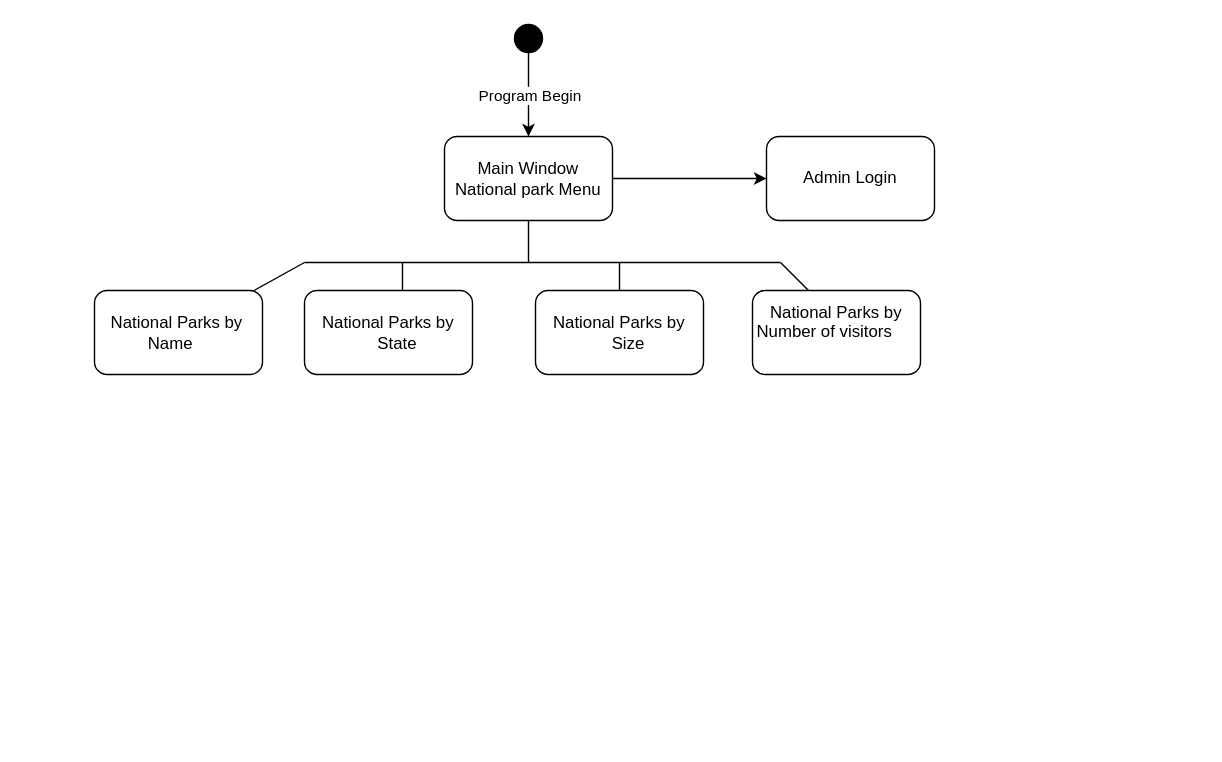
This is project 1.drawio from islamrajei/Test-using-GITHUB, a draw.io file, before an edit. Source tidied: cells renumbered, new cells numbered last; positions are measured from the earlier drawing's top-left corner, leaving out a move shared by most shapes. Both pictures are drawn from the tidied source at 140%, with x=0, y=0 at pixel (94, 24).
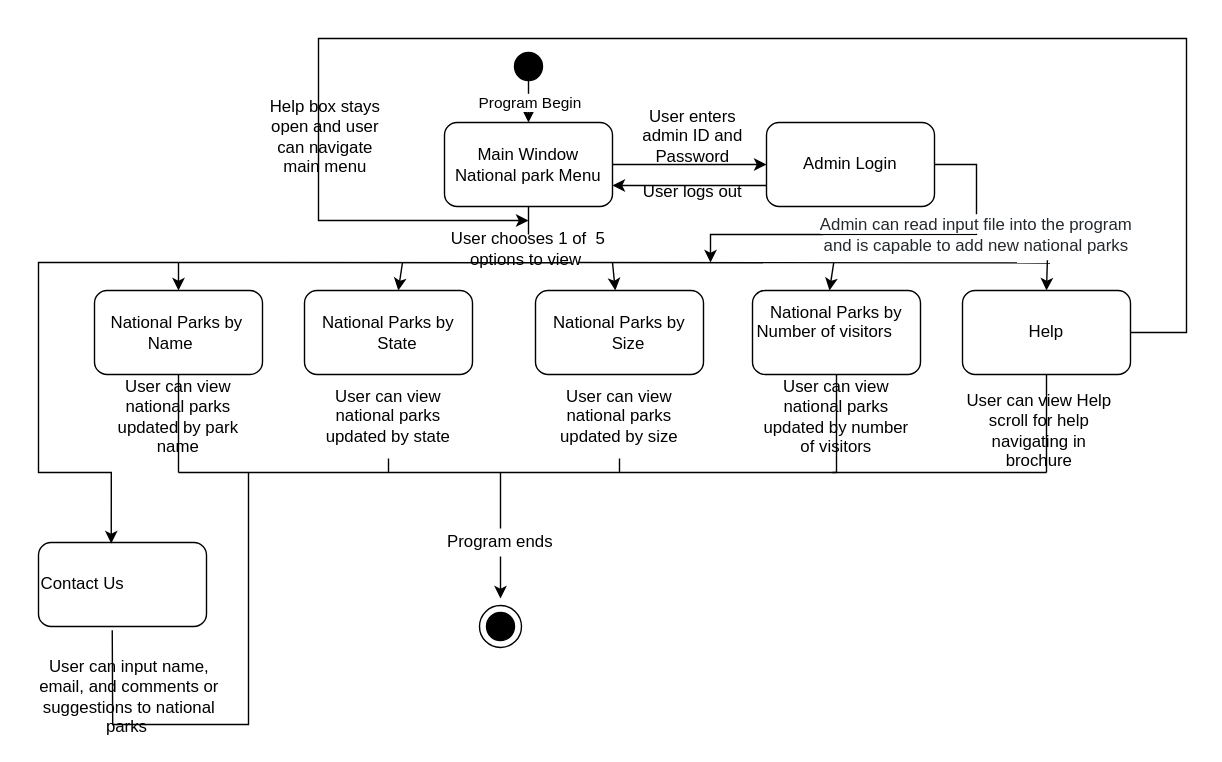
The same diagram, later.

The change refers to these unchanged cells:
```xml
<mxCell id="5" value="&lt;div class=&quot;O0&quot; style=&quot;margin-top: 0pt ; margin-bottom: 0pt ; margin-left: 0.38in ; text-indent: -0.38in&quot;&gt;National Parks by State&amp;nbsp; &amp;nbsp; &amp;nbsp; &amp;nbsp;&lt;/div&gt;" style="rounded=1;whiteSpace=wrap;html=1;fillColor=none;" parent="1" vertex="1">
  <mxGeometry x="150" y="190" width="120" height="60" as="geometry" />
</mxCell>
<mxCell id="6" value="&lt;span style=&quot;text-indent: -36.48px&quot;&gt;National Parks by Number of visitors&amp;nbsp; &amp;nbsp; &amp;nbsp; &amp;nbsp;&lt;/span&gt;" style="rounded=1;whiteSpace=wrap;html=1;fillColor=none;" parent="1" vertex="1">
  <mxGeometry x="470" y="190" width="120" height="60" as="geometry" />
</mxCell>
<mxCell id="14" value="&lt;div class=&quot;O0&quot; style=&quot;margin-top: 0pt ; margin-bottom: 0pt ; margin-left: 0.38in ; text-indent: -0.38in&quot;&gt;&amp;nbsp; &amp;nbsp;National Parks by Name&lt;/div&gt;" style="rounded=1;whiteSpace=wrap;html=1;fillColor=none;align=left;" parent="1" vertex="1">
  <mxGeometry y="190" width="120" height="60" as="geometry" />
</mxCell>
<mxCell id="15" value="&lt;div class=&quot;O0&quot; style=&quot;margin-top: 0pt ; margin-bottom: 0pt ; margin-left: 0.38in ; text-indent: -0.38in&quot;&gt;National Parks by Size&amp;nbsp; &amp;nbsp; &amp;nbsp; &amp;nbsp;&lt;/div&gt;" style="rounded=1;whiteSpace=wrap;html=1;fillColor=none;" parent="1" vertex="1">
  <mxGeometry x="315" y="190" width="120" height="60" as="geometry" />
</mxCell>
```

What changed in the source:
```diff
@@
+    <mxCell id="18" style="endArrow=classic;html=1;exitX=1;exitY=0.5;exitDx=0;exitDy=0;" parent="1" edge="1" source="4">
+      <mxGeometry relative="1" as="geometry">
+        <mxPoint x="480" y="100" as="targetPoint" />
+      </mxGeometry>
+    </mxCell>
+    <mxCell id="19" value="User enters admin ID and Password" style="text;html=1;strokeColor=none;fillColor=none;align=center;verticalAlign=middle;whiteSpace=wrap;rounded=0;" parent="1" vertex="1">
+      <mxGeometry x="385" y="70" width="85" height="20" as="geometry" />
+    </mxCell>
     <mxCell id="2" style="ellipse;whiteSpace=wrap;html=1;fillColor=#000000;" parent="1" vertex="1">
-      <mxGeometry x="300" width="20" height="20" as="geometry" />
+      <mxGeometry x="300" y="20" width="20" height="20" as="geometry" />
     </mxCell>
-    <mxCell id="3" style="edgeStyle=orthogonalEdgeStyle;rounded=0;jettySize=auto;html=1;" parent="1" edge="1" source="4" target="17">
-      <mxGeometry relative="1" as="geometry" />
-    </mxCell>
     <mxCell id="4" value="Main Window&lt;br&gt;&lt;div class=&quot;O0&quot; style=&quot;margin-top: 0pt ; margin-bottom: 0pt ; margin-left: 0.38in ; text-indent: -0.38in&quot;&gt;National park Menu&lt;/div&gt;" style="rounded=1;whiteSpace=wrap;html=1;fillColor=none;" parent="1" vertex="1">
-      <mxGeometry x="250" y="80" width="120" height="60" as="geometry" />
+      <mxGeometry x="250" y="70" width="120" height="60" as="geometry" />
     </mxCell>
@@
-    <mxCell id="9" style="endArrow=none;html=1;entryX=0.5;entryY=1;entryDx=0;entryDy=0;" parent="1" edge="1" target="4">
-      <mxGeometry relative="1" as="geometry">
-        <mxPoint x="310" y="170" as="sourcePoint" />
-      </mxGeometry>
+    <mxCell id="9" style="endArrow=none;html=1;entryX=0.5;entryY=1;entryDx=0;entryDy=0;" parent="1" edge="1" source="46" target="4">
+      <mxGeometry relative="1" as="geometry" />
     </mxCell>
-    <mxCell id="10" style="endArrow=none;html=1;" parent="1" edge="1">
-      <mxGeometry relative="1" as="geometry">
-        <mxPoint x="150" y="170" as="sourcePoint" />
-        <mxPoint x="490" y="170" as="targetPoint" />
-      </mxGeometry>
+    <mxCell id="10" style="endArrow=none;html=1;entryX=0.719;entryY=1.008;entryDx=0;entryDy=0;entryPerimeter=0;exitX=0.75;exitY=1;exitDx=0;exitDy=0;" parent="1" edge="1" source="46" target="39">
+      <mxGeometry relative="1" as="geometry" />
     </mxCell>
-    <mxCell id="11" style="endArrow=none;html=1;" parent="1" edge="1" source="14">
-      <mxGeometry relative="1" as="geometry">
-        <mxPoint x="150" y="170" as="targetPoint" />
-      </mxGeometry>
-    </mxCell>
-    <mxCell id="12" style="endArrow=none;html=1;" parent="1" edge="1">
-      <mxGeometry relative="1" as="geometry">
-        <mxPoint x="220" y="190" as="sourcePoint" />
-        <mxPoint x="220" y="170" as="targetPoint" />
-      </mxGeometry>
-    </mxCell>
-    <mxCell id="13" style="endArrow=none;html=1;" parent="1" edge="1">
-      <mxGeometry relative="1" as="geometry">
-        <mxPoint x="510" y="190" as="sourcePoint" />
-        <mxPoint x="490" y="170" as="targetPoint" />
-      </mxGeometry>
-    </mxCell>
@@
-    <mxCell id="16" style="endArrow=none;html=1;exitX=0.5;exitY=0;exitDx=0;exitDy=0;" parent="1" edge="1" source="15">
-      <mxGeometry relative="1" as="geometry">
-        <mxPoint x="375" y="170" as="targetPoint" />
-      </mxGeometry>
-    </mxCell>
     <mxCell id="17" value="Admin Login" style="rounded=1;whiteSpace=wrap;html=1;fillColor=none;" parent="1" vertex="1">
-      <mxGeometry x="480" y="80" width="120" height="60" as="geometry" />
+      <mxGeometry x="480" y="70" width="120" height="60" as="geometry" />
     </mxCell>
+    <mxCell id="20" style="endArrow=none;html=1;entryX=0.5;entryY=1;entryDx=0;entryDy=0;" parent="1" edge="1" target="46">
+      <mxGeometry relative="1" as="geometry">
+        <mxPoint x="310" y="170" as="sourcePoint" />
+      </mxGeometry>
+    </mxCell>
+    <mxCell id="21" style="endArrow=classic;html=1;exitX=0;exitY=0.75;exitDx=0;exitDy=0;entryX=1;entryY=0.75;entryDx=0;entryDy=0;" parent="1" edge="1" source="17" target="4">
+      <mxGeometry relative="1" as="geometry" />
+    </mxCell>
+    <mxCell id="22" value="User logs out" style="text;html=1;strokeColor=none;fillColor=none;align=center;verticalAlign=middle;whiteSpace=wrap;rounded=0;" parent="1" vertex="1">
+      <mxGeometry x="391.2" y="110" width="72.5" height="20" as="geometry" />
+    </mxCell>
+    <mxCell id="23" style="endArrow=classic;html=1;strokeColor=#000000;" parent="1" edge="1" target="14">
+      <mxGeometry relative="1" as="geometry">
+        <mxPoint x="60" y="170" as="sourcePoint" />
+      </mxGeometry>
+    </mxCell>
+    <mxCell id="24" style="endArrow=classic;html=1;strokeColor=#000000;" parent="1" edge="1">
+      <mxGeometry relative="1" as="geometry">
+        <mxPoint x="220" y="170" as="sourcePoint" />
+        <mxPoint x="217" y="190" as="targetPoint" />
+      </mxGeometry>
+    </mxCell>
+    <mxCell id="25" style="endArrow=classic;html=1;strokeColor=#000000;" parent="1" edge="1" target="15">
+      <mxGeometry relative="1" as="geometry">
+        <mxPoint x="370" y="170" as="sourcePoint" />
+      </mxGeometry>
+    </mxCell>
+    <mxCell id="26" style="endArrow=classic;html=1;strokeColor=#000000;exitX=0.075;exitY=1.008;exitDx=0;exitDy=0;exitPerimeter=0;" parent="1" edge="1" source="39">
+      <mxGeometry relative="1" as="geometry">
+        <mxPoint x="525" y="190" as="targetPoint" />
+      </mxGeometry>
+    </mxCell>
+    <mxCell id="27" style="endArrow=none;html=1;strokeColor=#000000;entryX=0.5;entryY=1;entryDx=0;entryDy=0;" parent="1" edge="1" target="14">
+      <mxGeometry relative="1" as="geometry">
+        <mxPoint x="60" y="320" as="sourcePoint" />
+      </mxGeometry>
+    </mxCell>
+    <mxCell id="28" style="endArrow=none;html=1;strokeColor=#000000;entryX=0.5;entryY=1;entryDx=0;entryDy=0;" parent="1" edge="1" source="51" target="5">
+      <mxGeometry relative="1" as="geometry" />
+    </mxCell>
+    <mxCell id="29" style="endArrow=none;html=1;strokeColor=#000000;" parent="1" edge="1" source="53">
+      <mxGeometry relative="1" as="geometry">
+        <mxPoint x="375" y="250" as="targetPoint" />
+      </mxGeometry>
+    </mxCell>
+    <mxCell id="30" style="endArrow=none;html=1;strokeColor=#000000;entryX=0.5;entryY=1;entryDx=0;entryDy=0;" parent="1" edge="1" target="6">
+      <mxGeometry relative="1" as="geometry">
+        <mxPoint x="530" y="320" as="sourcePoint" />
+      </mxGeometry>
+    </mxCell>
+    <mxCell id="31" style="endArrow=none;html=1;strokeColor=#000000;" parent="1" edge="1">
+      <mxGeometry relative="1" as="geometry">
+        <mxPoint x="60" y="320" as="sourcePoint" />
+        <mxPoint x="530" y="320" as="targetPoint" />
+      </mxGeometry>
+    </mxCell>
+    <mxCell id="32" style="endArrow=classic;html=1;strokeColor=#000000;" parent="1" edge="1" source="35">
+      <mxGeometry relative="1" as="geometry">
+        <mxPoint x="290" y="410" as="targetPoint" />
+      </mxGeometry>
+    </mxCell>
+    <mxCell id="33" style="ellipse;whiteSpace=wrap;html=1;fillColor=#000000;" parent="1" vertex="1">
+      <mxGeometry x="280" y="420" width="20" height="20" as="geometry" />
+    </mxCell>
+    <mxCell id="34" style="ellipse;whiteSpace=wrap;html=1;fillColor=none;" parent="1" vertex="1">
+      <mxGeometry x="275" y="415" width="30" height="30" as="geometry" />
+    </mxCell>
+    <mxCell id="35" value="Program ends" style="text;html=1;strokeColor=none;fillColor=none;align=center;verticalAlign=middle;whiteSpace=wrap;rounded=0;" parent="1" vertex="1">
+      <mxGeometry x="235" y="360" width="110" height="20" as="geometry" />
+    </mxCell>
+    <mxCell id="36" style="endArrow=none;html=1;strokeColor=#000000;entryX=0.5;entryY=0;entryDx=0;entryDy=0;" parent="1" edge="1" target="35">
+      <mxGeometry relative="1" as="geometry">
+        <mxPoint x="290" y="320" as="sourcePoint" />
+      </mxGeometry>
+    </mxCell>
+    <mxCell id="37" style="endArrow=classic;html=1;strokeColor=#000000;exitX=1;exitY=0.5;exitDx=0;exitDy=0;rounded=0;" parent="1" edge="1" source="17">
+      <mxGeometry relative="1" as="geometry">
+        <mxPoint x="440" y="170" as="targetPoint" />
+        <Array as="points">
+          <mxPoint x="630" y="100" />
+          <mxPoint x="630" y="150" />
+          <mxPoint x="440" y="150" />
+        </Array>
+      </mxGeometry>
+    </mxCell>
+    <mxCell id="38" value="User can view national parks updated by park name" style="text;html=1;strokeColor=none;fillColor=none;align=center;verticalAlign=middle;whiteSpace=wrap;rounded=0;" parent="1" vertex="1">
+      <mxGeometry x="5" y="250" width="110" height="60" as="geometry" />
+    </mxCell>
+    <mxCell id="39" value="&lt;span style=&quot;color: rgb(36 , 41 , 46) ; background-color: rgb(255 , 255 , 255)&quot;&gt;&lt;font style=&quot;font-size: 12px&quot;&gt;Admin can read input file into the program and is capable to add new national parks&lt;/font&gt;&lt;/span&gt;" style="text;html=1;strokeColor=none;fillColor=none;align=center;verticalAlign=middle;whiteSpace=wrap;rounded=0;" parent="1" vertex="1">
+      <mxGeometry x="510" y="130" width="240" height="40" as="geometry" />
+    </mxCell>
+    <mxCell id="40" value="User can view national parks updated by number of visitors" style="text;html=1;strokeColor=none;fillColor=none;align=center;verticalAlign=middle;whiteSpace=wrap;rounded=0;" parent="1" vertex="1">
+      <mxGeometry x="475" y="250" width="110" height="60" as="geometry" />
+    </mxCell>
+    <mxCell id="41" style="endArrow=classic;html=1;strokeColor=#000000;exitX=0.711;exitY=0.958;exitDx=0;exitDy=0;exitPerimeter=0;" parent="1" edge="1" source="39">
+      <mxGeometry relative="1" as="geometry">
+        <mxPoint x="680" y="190" as="targetPoint" />
+      </mxGeometry>
+    </mxCell>
+    <mxCell id="42" value="&lt;span style=&quot;text-indent: -36.48px&quot;&gt;Help&lt;/span&gt;" style="rounded=1;whiteSpace=wrap;html=1;fillColor=none;" parent="1" vertex="1">
+      <mxGeometry x="620" y="190" width="120" height="60" as="geometry" />
+    </mxCell>
+    <mxCell id="43" style="endArrow=none;html=1;strokeColor=#000000;entryX=0.5;entryY=1;entryDx=0;entryDy=0;" parent="1" edge="1" target="42">
+      <mxGeometry relative="1" as="geometry">
+        <mxPoint x="680" y="320" as="sourcePoint" />
+      </mxGeometry>
+    </mxCell>
+    <mxCell id="44" style="endArrow=none;html=1;strokeColor=#000000;" parent="1" edge="1">
+      <mxGeometry relative="1" as="geometry">
+        <mxPoint x="527" y="320" as="sourcePoint" />
+        <mxPoint x="680" y="320" as="targetPoint" />
+      </mxGeometry>
+    </mxCell>
+    <mxCell id="45" style="endArrow=classic;html=1;strokeColor=#000000;exitX=1;exitY=0.5;exitDx=0;exitDy=0;rounded=0;" parent="1" edge="1" source="42">
+      <mxGeometry relative="1" as="geometry">
+        <mxPoint x="310" y="140" as="targetPoint" />
+        <Array as="points">
+          <mxPoint x="780" y="220" />
+          <mxPoint x="780" y="10" />
+          <mxPoint x="590" y="10" />
+          <mxPoint x="160" y="10" />
+          <mxPoint x="160" y="140" />
+        </Array>
+      </mxGeometry>
+    </mxCell>
+    <mxCell id="46" value="User chooses 1 of&amp;nbsp; 5 options to view&amp;nbsp;" style="text;html=1;strokeColor=none;fillColor=none;align=center;verticalAlign=middle;whiteSpace=wrap;rounded=0;" parent="1" vertex="1">
+      <mxGeometry x="240" y="150" width="140" height="20" as="geometry" />
+    </mxCell>
+    <mxCell id="47" style="endArrow=none;html=1;entryX=0.719;entryY=1.008;entryDx=0;entryDy=0;entryPerimeter=0;" parent="1" edge="1" target="46">
+      <mxGeometry relative="1" as="geometry">
+        <mxPoint x="60" y="170" as="sourcePoint" />
+      </mxGeometry>
+    </mxCell>
+    <mxCell id="48" value="User can view Help scroll for help navigating in brochure" style="text;html=1;strokeColor=none;fillColor=none;align=center;verticalAlign=middle;whiteSpace=wrap;rounded=0;" parent="1" vertex="1">
+      <mxGeometry x="620" y="260" width="110" height="60" as="geometry" />
+    </mxCell>
+    <mxCell id="49" value="Help box stays open and user can navigate main menu" style="text;html=1;strokeColor=none;fillColor=none;align=center;verticalAlign=middle;whiteSpace=wrap;rounded=0;" parent="1" vertex="1">
+      <mxGeometry x="120" y="60" width="90" height="40" as="geometry" />
+    </mxCell>
+    <mxCell id="50" style="endArrow=classic;html=1;strokeColor=#000000;rounded=0;entryX=0.433;entryY=0.011;entryDx=0;entryDy=0;entryPerimeter=0;" parent="1" edge="1" target="55">
+      <mxGeometry relative="1" as="geometry">
+        <mxPoint x="60" y="170" as="sourcePoint" />
+        <Array as="points">
+          <mxPoint x="-40" y="170" />
+          <mxPoint x="-40" y="320" />
+          <mxPoint x="12" y="320" />
+        </Array>
+      </mxGeometry>
+    </mxCell>
+    <mxCell id="51" value="User can view national parks updated by state" style="text;html=1;strokeColor=none;fillColor=none;align=center;verticalAlign=middle;whiteSpace=wrap;rounded=0;" parent="1" vertex="1">
+      <mxGeometry x="155" y="250" width="110" height="60" as="geometry" />
+    </mxCell>
+    <mxCell id="52" style="endArrow=none;html=1;strokeColor=#000000;entryX=0.5;entryY=1;entryDx=0;entryDy=0;" parent="1" edge="1" target="51">
+      <mxGeometry relative="1" as="geometry">
+        <mxPoint x="210" y="320" as="sourcePoint" />
+      </mxGeometry>
+    </mxCell>
+    <mxCell id="53" value="User can view national parks updated by size" style="text;html=1;strokeColor=none;fillColor=none;align=center;verticalAlign=middle;whiteSpace=wrap;rounded=0;" parent="1" vertex="1">
+      <mxGeometry x="320" y="250" width="110" height="60" as="geometry" />
+    </mxCell>
+    <mxCell id="54" style="endArrow=none;html=1;strokeColor=#000000;" parent="1" edge="1" target="53">
+      <mxGeometry relative="1" as="geometry">
+        <mxPoint x="375" y="320" as="sourcePoint" />
+      </mxGeometry>
+    </mxCell>
+    <mxCell id="55" value="&lt;div class=&quot;O0&quot; style=&quot;margin-top: 0pt ; margin-bottom: 0pt ; margin-left: 0.38in ; text-indent: -0.38in&quot;&gt;Contact Us&amp;nbsp;&lt;/div&gt;" style="rounded=1;whiteSpace=wrap;html=1;fillColor=none;align=left;" parent="1" vertex="1">
+      <mxGeometry x="-40" y="370" width="120" height="60" as="geometry" />
+    </mxCell>
+    <mxCell id="56" style="endArrow=none;html=1;strokeColor=#000000;exitX=0.439;exitY=1.044;exitDx=0;exitDy=0;exitPerimeter=0;rounded=0;" parent="1" edge="1" source="55">
+      <mxGeometry relative="1" as="geometry">
+        <mxPoint x="110" y="320" as="targetPoint" />
+        <Array as="points">
+          <mxPoint x="13" y="500" />
+          <mxPoint x="110" y="500" />
+        </Array>
+      </mxGeometry>
+    </mxCell>
+    <mxCell id="57" value="User can input name, email, and comments or suggestions to national parks&amp;nbsp;" style="text;html=1;strokeColor=none;fillColor=none;align=center;verticalAlign=middle;whiteSpace=wrap;rounded=0;" parent="1" vertex="1">
+      <mxGeometry x="-50" y="470" width="150" height="20" as="geometry" />
+    </mxCell>
```
